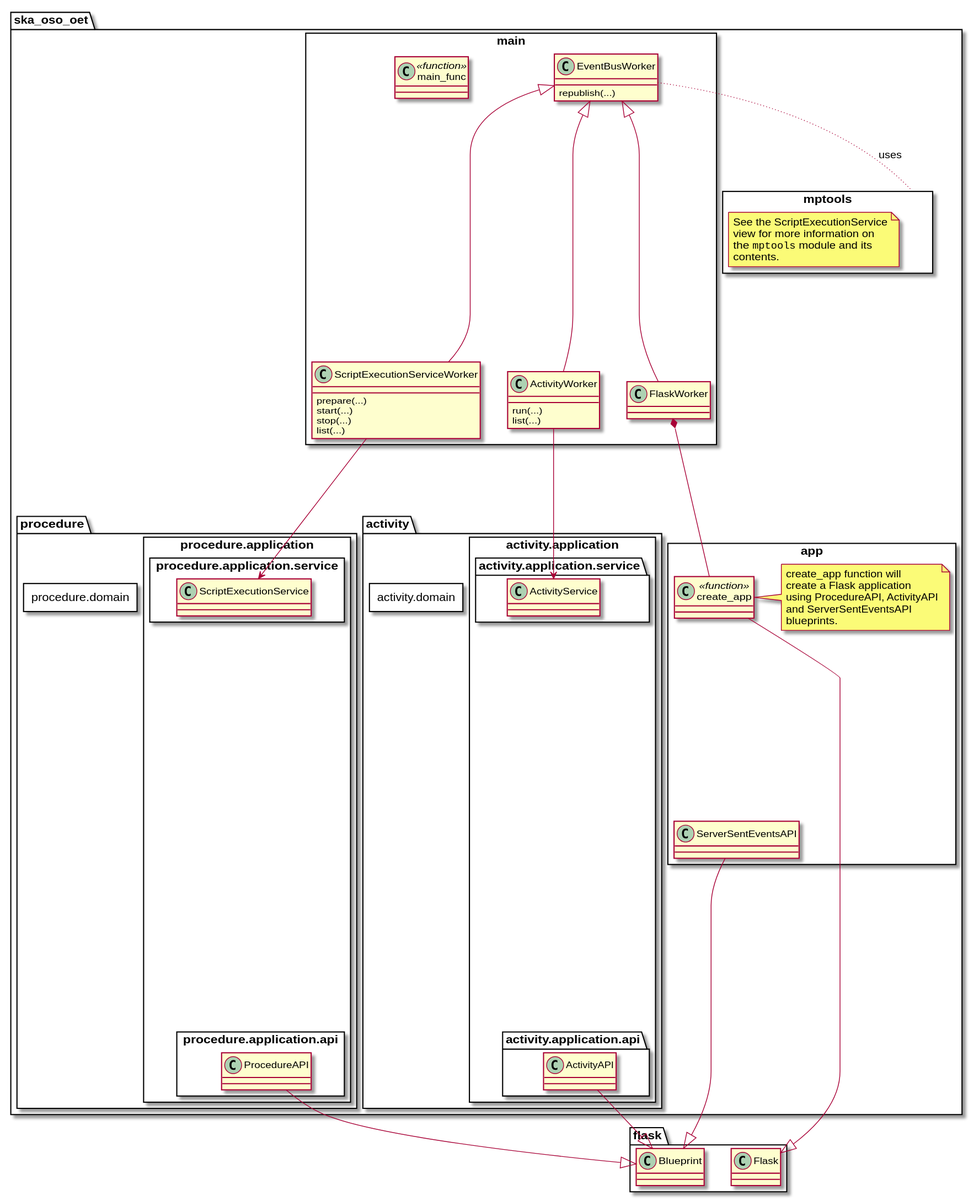
Earlier version of the PlantUML export docs/src/diagrams/export/backend_module_ui_primary.svg (ska-telescope/observation-execution-tool). The source it was exported from:
```plantuml
@startuml

package ska_oso_oet {

    package mptools <<Rectangle>> {
        note as mptools_note
        See the ScriptExecutionService
        view for more information on
        the ""mptools"" module and its
        contents.
        end note
    }

    package main <<Rectangle>> {

        class ScriptExecutionServiceWorker {
            prepare(...)
            start(...)
            stop(...)
            list(...)
        }

        class ActivityWorker {
            run(...)
            list(...)
        }

        class FlaskWorker {
        }

        class EventBusWorker {
            republish(...)
        }

        class main_func <<function>>

        ScriptExecutionServiceWorker -up-|> EventBusWorker
        FlaskWorker -up-|> EventBusWorker
        ActivityWorker -up-|> EventBusWorker
    }

    package app <<Rectangle>> {
        class create_app <<function>>
        class ServerSentEventsAPI

        note as app_note
        create_app function will
        create a Flask application
        using ProcedureAPI, ActivityAPI
        and ServerSentEventsAPI
        blueprints.
        end note

        app_note -left- create_app
    }

    FlaskWorker *-- create_app

    package procedure {

        package procedure.application <<Rectangle>> {

            package procedure.application.api <<Rectangle>> {
                class ProcedureAPI
            }

            package procedure.application.service <<Rectangle>> {
                class ScriptExecutionService
            }
        }

        package procedure.domain <<Rectangle>> {
        }
        ScriptExecutionServiceWorker --> ScriptExecutionService

    }

    package activity {
        package activity.application <<Rectangle>> {
            package activity.application.api {
                class ActivityAPI
            }

            package activity.application.service {
                class ActivityService
            }
        }

        package activity.domain <<Rectangle>> {

        }
        ActivityWorker --> ActivityService
    }
}

package flask {
    class Flask
    class Blueprint
}

create_app -|> Flask
ServerSentEventsAPI --|> Blueprint
ActivityAPI --|> Blueprint
ProcedureAPI --|> Blueprint

EventBusWorker -[dotted]- mptools: uses

procedure.application.service -down[hidden]- procedure.application.api
activity.application.service -down[hidden]- activity.application.api
create_app -down[hidden]- ServerSentEventsAPI

@enduml
```
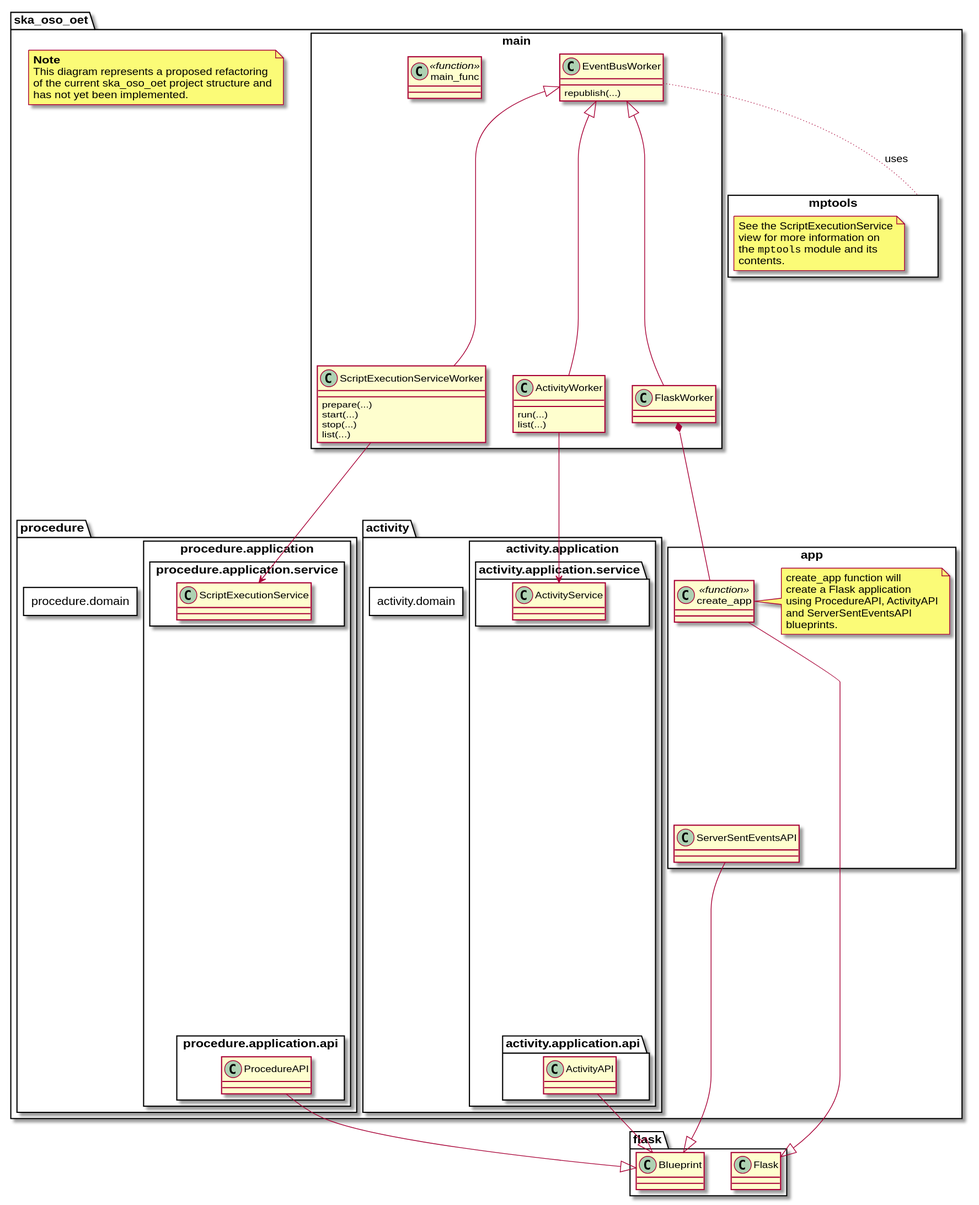
The same diagram one commit later.

Commit message:
BTN-1629 Add diagram for refactored module view

Change to the diagram source:
```diff
@@ -1,6 +1,15 @@
 @startuml
 
 package ska_oso_oet {
+
+    skinparam noteFontSize<<not_implemented_note>> 50
+
+    note as not_implemented_note
+    **Note**
+    This diagram represents a proposed refactoring
+    of the current ska_oso_oet project structure and
+    has not yet been implemented.
+    end note
 
     package mptools <<Rectangle>> {
         note as mptools_note
```
